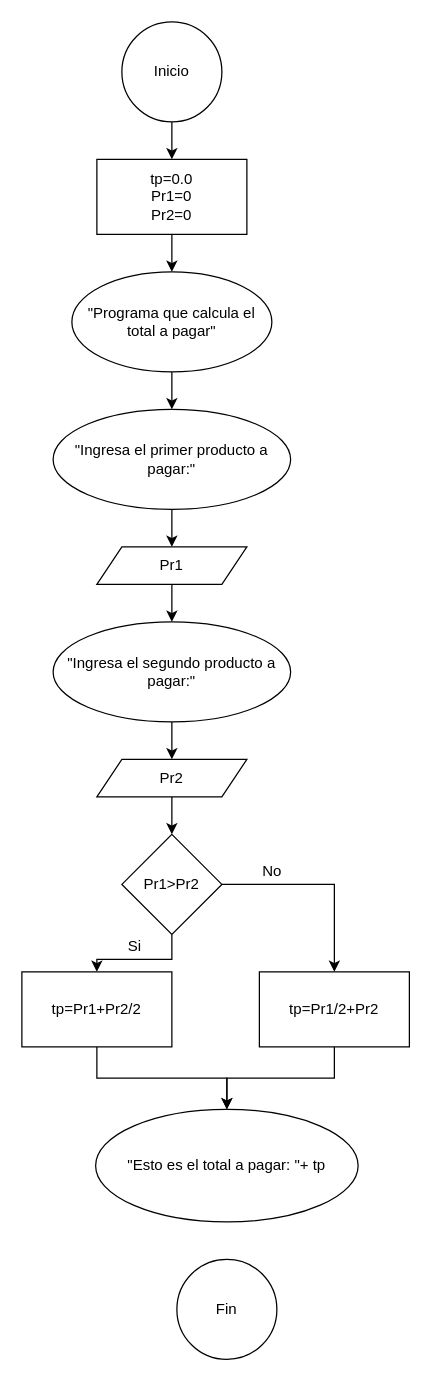
GhostDopFerB/dwdwd keeps this draw.io diagram as 3.- dos x uno y medio.drawio. Above is the earlier version. Source tidied: cells renumbered, new cells numbered last; positions are measured from the earlier drawing's top-left corner, leaving out a move shared by most shapes. Both pictures are drawn from the tidied source at 125%, with x=0, y=0 at pixel (21, 21).
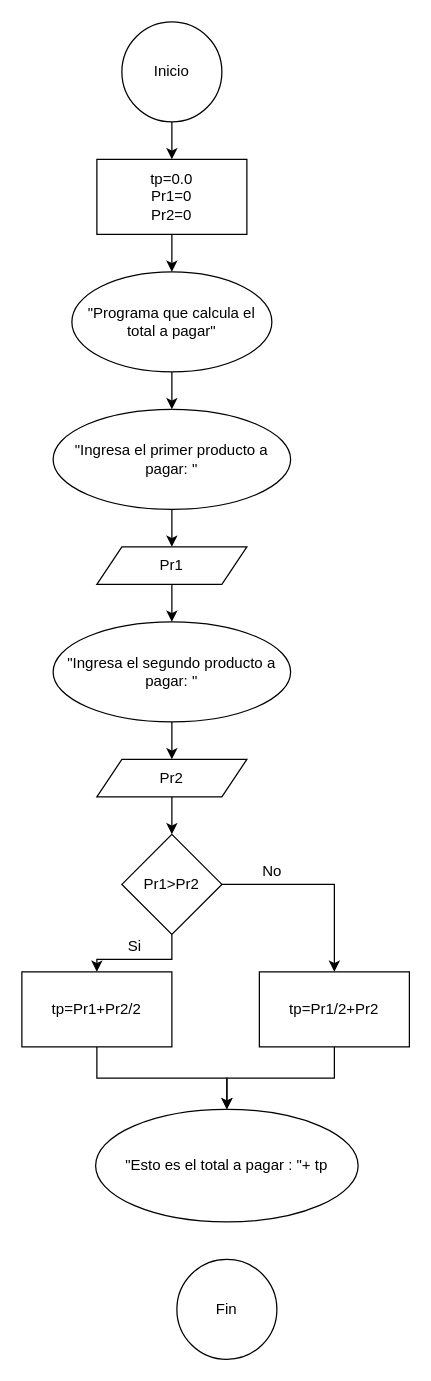
The same page after the edit.

The edit, as a diff of the source:
```diff
@@
-    <mxCell id="9" value="&quot;Ingresa el primer producto a pagar:&quot;" style="ellipse;whiteSpace=wrap;html=1;" parent="1" vertex="1">
+    <mxCell id="9" value="&quot;Ingresa el primer producto a pagar: &quot;" style="ellipse;whiteSpace=wrap;html=1;" parent="1" vertex="1">
       <mxGeometry x="25" y="310" width="190" height="80" as="geometry" />
     </mxCell>
@@
-    <mxCell id="13" value="&quot;Ingresa el segundo producto a pagar:&quot;" style="ellipse;whiteSpace=wrap;html=1;" parent="1" vertex="1">
+    <mxCell id="13" value="&quot;Ingresa el segundo producto a pagar: &quot;" style="ellipse;whiteSpace=wrap;html=1;" parent="1" vertex="1">
       <mxGeometry x="25" y="480" width="190" height="80" as="geometry" />
     </mxCell>
@@
-    <mxCell id="26" value="&quot;Esto es el total a pagar: &quot;+ tp" style="ellipse;whiteSpace=wrap;html=1;" parent="1" vertex="1">
+    <mxCell id="26" value="&quot;Esto es el total a pagar : &quot;+ tp" style="ellipse;whiteSpace=wrap;html=1;" parent="1" vertex="1">
       <mxGeometry x="59" y="870" width="210" height="90" as="geometry" />
     </mxCell>
```
